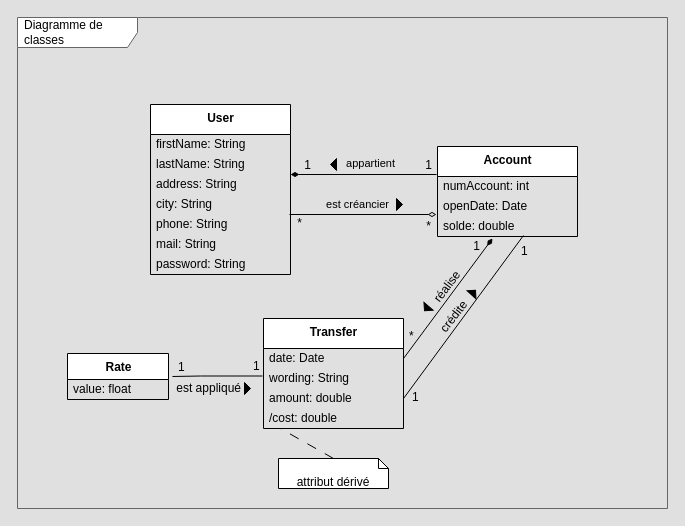
Above: diagrammes/DiagrammeDeClasse.drawio in PascalChatard/apipaymybuddy (draw.io), before the change. Source tidied: cells renumbered, new cells numbered last; positions are measured from the earlier drawing's top-left corner, leaving out a move shared by most shapes. Both pictures are drawn from the tidied source at 100%, with x=0, y=0 at pixel (17, 17).
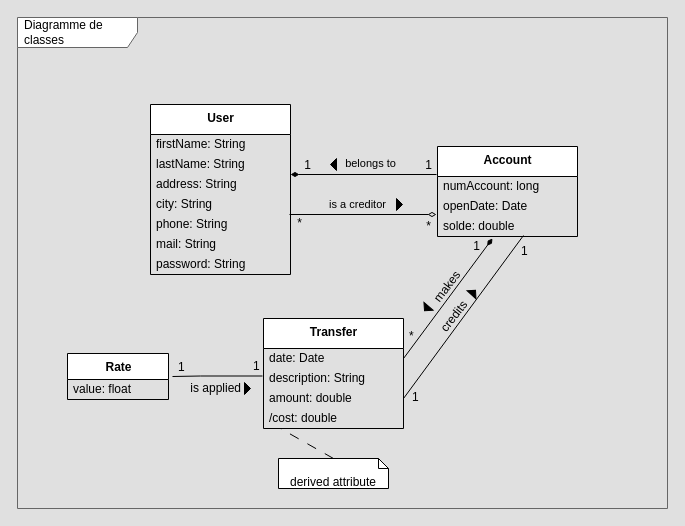
The same page after the edit.

Commit message (it also covers changes not shown here):
Update MCD/MLD diagrams

Unchanged cells that the change refers to:
```xml
<mxCell id="11" value="&lt;b&gt;Account&lt;/b&gt;" style="swimlane;fontStyle=0;align=center;verticalAlign=top;horizontal=1;startSize=30;html=1;" parent="1" vertex="1">
  <mxGeometry x="420" y="129" width="140" height="90" as="geometry" />
</mxCell>
<mxCell id="15" value="&lt;b&gt;Transfer&lt;/b&gt;" style="swimlane;fontStyle=0;align=center;verticalAlign=top;horizontal=1;startSize=30;html=1;" parent="1" vertex="1">
  <mxGeometry x="246" y="301" width="140" height="110" as="geometry" />
</mxCell>
<mxCell id="20" style="endArrow=diamondThin;html=1;rounded=0;align=center;verticalAlign=top;endFill=1;labelBackgroundColor=none;exitX=1;exitY=0.5;exitDx=0;exitDy=0;jumpSize=6;" parent="1" edge="1" source="16">
  <mxGeometry relative="1" as="geometry">
    <mxPoint x="475" y="221" as="targetPoint" />
  </mxGeometry>
</mxCell>
<mxCell id="26" style="endArrow=none;html=1;rounded=0;align=center;verticalAlign=top;endFill=0;labelBackgroundColor=none;" parent="1" edge="1">
  <mxGeometry relative="1" as="geometry">
    <mxPoint x="155" y="359" as="sourcePoint" />
    <mxPoint x="245" y="358.5" as="targetPoint" />
    <Array as="points">
      <mxPoint x="183" y="358.5" />
    </Array>
  </mxGeometry>
</mxCell>
<mxCell id="33" style="endArrow=none;html=1;rounded=0;align=center;verticalAlign=bottom;labelBackgroundColor=none;exitX=1;exitY=1;exitDx=0;exitDy=0;entryX=-0.007;entryY=-0.2;entryDx=0;entryDy=0;exitPerimeter=0;entryPerimeter=0;endFill=0;startArrow=diamondThin;startFill=1;" parent="1" edge="1" source="5">
  <mxGeometry relative="1" as="geometry">
    <mxPoint x="419" y="157" as="targetPoint" />
  </mxGeometry>
</mxCell>
<mxCell id="39" style="endArrow=none;html=1;rounded=0;align=center;verticalAlign=top;endFill=0;labelBackgroundColor=none;entryX=0.614;entryY=0.95;entryDx=0;entryDy=0;exitX=1;exitY=0.5;exitDx=0;exitDy=0;entryPerimeter=0;" parent="1" edge="1" source="18" target="14">
  <mxGeometry relative="1" as="geometry" />
</mxCell>
<mxCell id="44" style="endArrow=diamondThin;html=1;rounded=0;align=center;verticalAlign=bottom;labelBackgroundColor=none;exitX=0.986;exitY=0.95;exitDx=0;exitDy=0;exitPerimeter=0;endFill=0;" parent="1" edge="1">
  <mxGeometry relative="1" as="geometry">
    <mxPoint x="272" y="197" as="sourcePoint" />
    <mxPoint x="419" y="197" as="targetPoint" />
  </mxGeometry>
</mxCell>
```

Diff of the diagram source:
```diff
@@
-    <mxCell id="12" value="numAccount: int" style="text;html=1;strokeColor=none;fillColor=none;align=left;verticalAlign=middle;spacingLeft=4;spacingRight=4;overflow=hidden;" parent="11" vertex="1">
+    <mxCell id="12" value="numAccount: long" style="text;html=1;strokeColor=none;fillColor=none;align=left;verticalAlign=middle;spacingLeft=4;spacingRight=4;overflow=hidden;" parent="11" vertex="1">
       <mxGeometry y="30" width="140" height="20" as="geometry" />
     </mxCell>
@@
-    <mxCell id="17" value="wording: String" style="text;html=1;strokeColor=none;fillColor=none;align=left;verticalAlign=middle;spacingLeft=4;spacingRight=4;overflow=hidden;" parent="15" vertex="1">
+    <mxCell id="17" value="description: String" style="text;html=1;strokeColor=none;fillColor=none;align=left;verticalAlign=middle;spacingLeft=4;spacingRight=4;overflow=hidden;" parent="15" vertex="1">
       <mxGeometry y="50" width="140" height="20" as="geometry" />
     </mxCell>
@@
-    <mxCell id="22" value="réalise" style="html=1;align=right;verticalAlign=bottom;labelBackgroundColor=none;direction=west;rotation=307;" parent="20" vertex="1">
+    <mxCell id="22" value="makes" style="html=1;align=right;verticalAlign=bottom;labelBackgroundColor=none;direction=west;rotation=307;" parent="20" vertex="1">
       <mxGeometry x="1" relative="1" as="geometry">
         <mxPoint x="-28" y="39" as="offset" />
       </mxGeometry>
     </mxCell>
@@
-    <mxCell id="28" value="est appliqué" style="html=1;align=right;verticalAlign=bottom;labelBackgroundColor=none;direction=south;" parent="26" vertex="1">
+    <mxCell id="28" value="is applied" style="html=1;align=right;verticalAlign=bottom;labelBackgroundColor=none;direction=south;" parent="26" vertex="1">
       <mxGeometry x="1" relative="1" as="geometry">
         <mxPoint x="-21" y="20" as="offset" />
       </mxGeometry>
     </mxCell>
@@
-    <mxCell id="30" value="attribut dérivé" style="shape=note2;boundedLbl=1;whiteSpace=wrap;html=1;size=10;verticalAlign=top;align=center;" parent="1" vertex="1">
+    <mxCell id="30" value="derived attribute" style="shape=note2;boundedLbl=1;whiteSpace=wrap;html=1;size=10;verticalAlign=top;align=center;" parent="1" vertex="1">
       <mxGeometry x="261" y="441" width="110" height="30" as="geometry" />
     </mxCell>
@@
-    <mxCell id="34" value="appartient" style="edgeLabel;html=1;align=center;verticalAlign=middle;labelBackgroundColor=none;" parent="33" vertex="1">
+    <mxCell id="34" value="belongs to" style="edgeLabel;html=1;align=center;verticalAlign=middle;labelBackgroundColor=none;" parent="33" vertex="1">
       <mxGeometry x="-0.27" y="-2" relative="1" as="geometry">
         <mxPoint x="26" y="-14" as="offset" />
       </mxGeometry>
     </mxCell>
@@
-    <mxCell id="41" value="crédite" style="html=1;align=right;verticalAlign=bottom;labelBackgroundColor=none;direction=west;rotation=308;" parent="39" vertex="1">
+    <mxCell id="41" value="credits" style="html=1;align=right;verticalAlign=bottom;labelBackgroundColor=none;direction=west;rotation=308;" parent="39" vertex="1">
       <mxGeometry x="1" relative="1" as="geometry">
         <mxPoint x="-52" y="72" as="offset" />
       </mxGeometry>
     </mxCell>
@@
-    <mxCell id="45" value="est créancier" style="edgeLabel;html=1;align=center;verticalAlign=middle;labelBackgroundColor=none;" parent="44" vertex="1">
+    <mxCell id="45" value="is a creditor" style="edgeLabel;html=1;align=center;verticalAlign=middle;labelBackgroundColor=none;" parent="44" vertex="1">
       <mxGeometry x="-0.27" y="-2" relative="1" as="geometry">
         <mxPoint x="13" y="-13" as="offset" />
       </mxGeometry>
     </mxCell>
```
